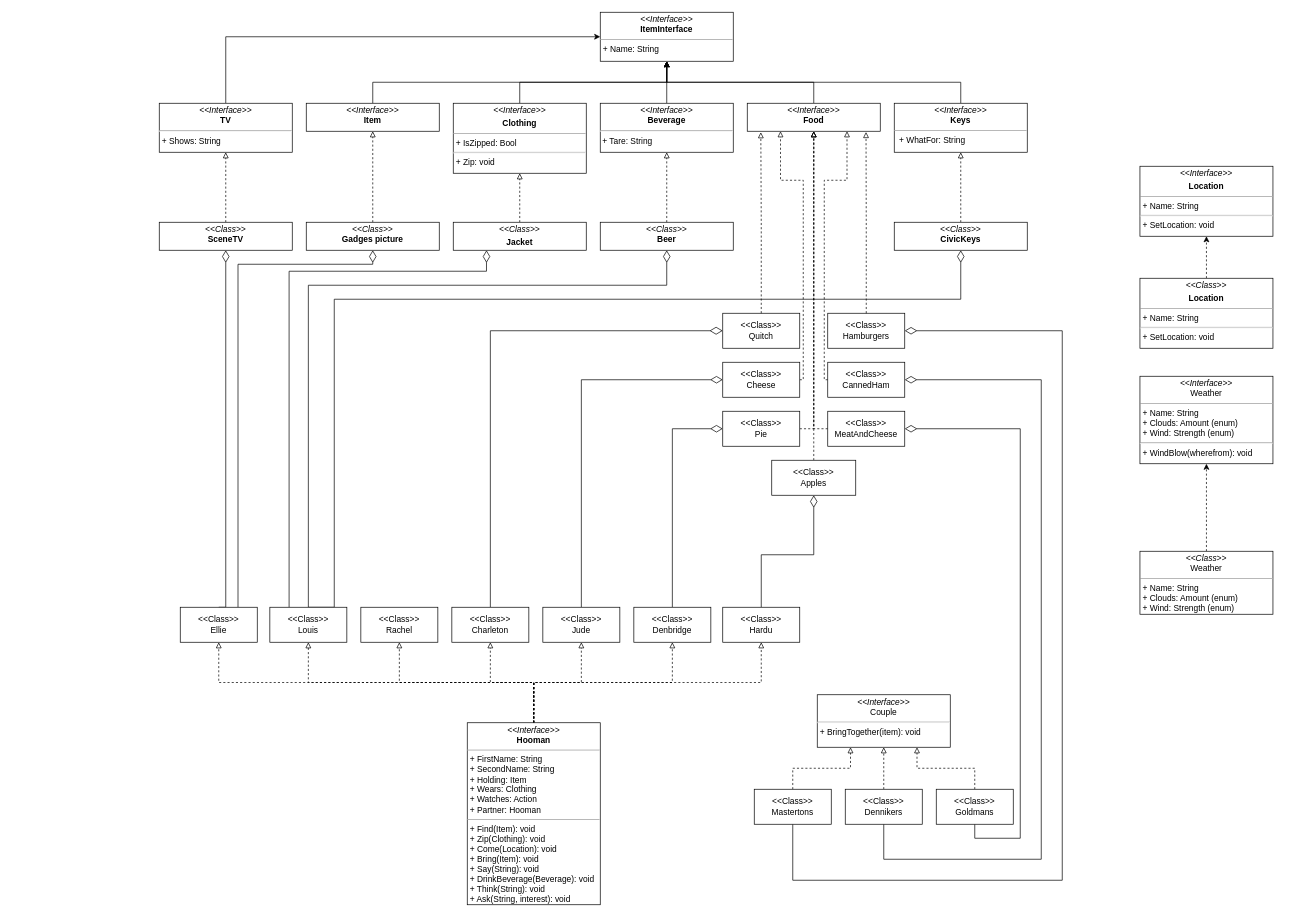
Above: Untitled Diagram.drawio in Sat1l/laba4 (draw.io), before the change. Source tidied: cells renumbered, new cells numbered last; positions are measured from the earlier drawing's top-left corner, leaving out a move shared by most shapes. Both pictures are drawn from the tidied source at 70%, with x=0, y=0 at pixel (159, 12).
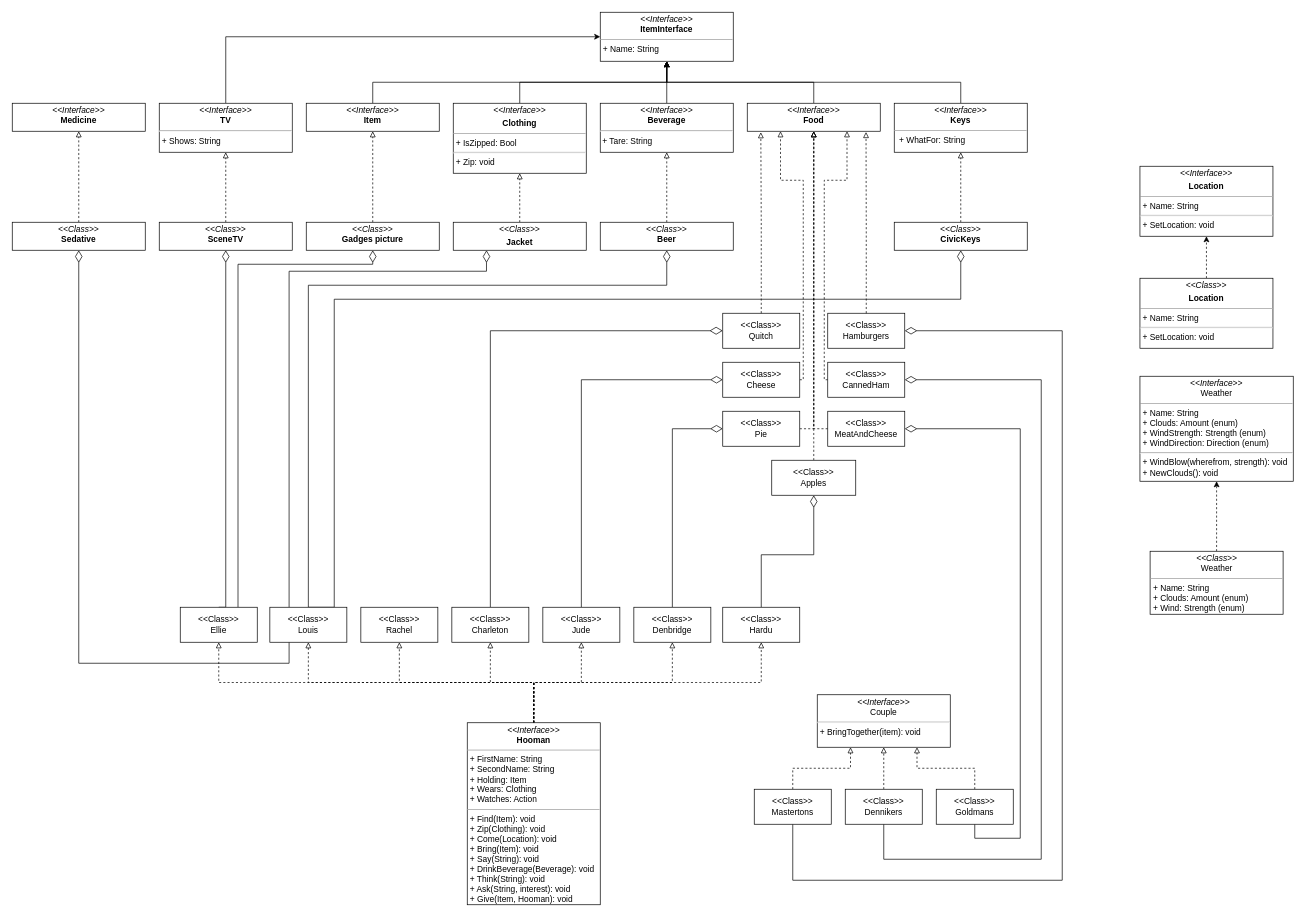
After the change.

The change refers to these unchanged cells:
```xml
<mxCell id="38" value="&amp;lt;&amp;lt;Class&amp;gt;&amp;gt;&lt;br&gt;Louis" style="html=1;whiteSpace=wrap;" parent="1" vertex="1">
  <mxGeometry x="158" y="850" width="110" height="50" as="geometry" />
</mxCell>
```

Diff of the diagram source:
```diff
@@
-    <mxCell id="9" value="&lt;p style=&quot;margin:0px;margin-top:4px;text-align:center;&quot;&gt;&lt;i&gt;&amp;lt;&amp;lt;Interface&amp;gt;&amp;gt;&lt;/i&gt;&lt;br&gt;&lt;b&gt;Hooman&lt;/b&gt;&lt;/p&gt;&lt;hr size=&quot;1&quot;&gt;&lt;p style=&quot;margin:0px;margin-left:4px;&quot;&gt;+ FirstName: String&lt;/p&gt;&lt;p style=&quot;margin:0px;margin-left:4px;&quot;&gt;+ SecondName: String&lt;/p&gt;&lt;p style=&quot;margin:0px;margin-left:4px;&quot;&gt;+ Holding: Item&lt;/p&gt;&lt;p style=&quot;margin:0px;margin-left:4px;&quot;&gt;+ Wears: Clothing&lt;/p&gt;&lt;p style=&quot;margin:0px;margin-left:4px;&quot;&gt;+ Watches: Action&lt;/p&gt;&lt;p style=&quot;margin:0px;margin-left:4px;&quot;&gt;+ Partner: Hooman&lt;/p&gt;&lt;hr size=&quot;1&quot;&gt;&lt;p style=&quot;margin:0px;margin-left:4px;&quot;&gt;+ Find(Item): void&lt;br&gt;+ Zip(Clothing): void&lt;/p&gt;&lt;p style=&quot;margin:0px;margin-left:4px;&quot;&gt;+ Come(Location): void&lt;/p&gt;&lt;p style=&quot;margin:0px;margin-left:4px;&quot;&gt;+ Bring(Item): void&lt;/p&gt;&lt;p style=&quot;margin:0px;margin-left:4px;&quot;&gt;+ Say(String): void&lt;/p&gt;&lt;p style=&quot;margin:0px;margin-left:4px;&quot;&gt;+ DrinkBeverage(Beverage): void&lt;/p&gt;&lt;p style=&quot;margin:0px;margin-left:4px;&quot;&gt;+ Think(String): void&lt;/p&gt;&lt;p style=&quot;margin:0px;margin-left:4px;&quot;&gt;+ Ask(String, interest): void&lt;/p&gt;" style="verticalAlign=top;align=left;overflow=fill;fontSize=12;fontFamily=Helvetica;html=1;whiteSpace=wrap;" parent="1" vertex="1">
+    <mxCell id="9" value="&lt;p style=&quot;margin:0px;margin-top:4px;text-align:center;&quot;&gt;&lt;i&gt;&amp;lt;&amp;lt;Interface&amp;gt;&amp;gt;&lt;/i&gt;&lt;br&gt;&lt;b&gt;Hooman&lt;/b&gt;&lt;/p&gt;&lt;hr size=&quot;1&quot;&gt;&lt;p style=&quot;margin:0px;margin-left:4px;&quot;&gt;+ FirstName: String&lt;/p&gt;&lt;p style=&quot;margin:0px;margin-left:4px;&quot;&gt;+ SecondName: String&lt;/p&gt;&lt;p style=&quot;margin:0px;margin-left:4px;&quot;&gt;+ Holding: Item&lt;/p&gt;&lt;p style=&quot;margin:0px;margin-left:4px;&quot;&gt;+ Wears: Clothing&lt;/p&gt;&lt;p style=&quot;margin:0px;margin-left:4px;&quot;&gt;+ Watches: Action&lt;/p&gt;&lt;hr size=&quot;1&quot;&gt;&lt;p style=&quot;margin:0px;margin-left:4px;&quot;&gt;+ Find(Item): void&lt;br&gt;+ Zip(Clothing): void&lt;/p&gt;&lt;p style=&quot;margin:0px;margin-left:4px;&quot;&gt;+ Come(Location): void&lt;/p&gt;&lt;p style=&quot;margin:0px;margin-left:4px;&quot;&gt;+ Bring(Item): void&lt;/p&gt;&lt;p style=&quot;margin:0px;margin-left:4px;&quot;&gt;+ Say(String): void&lt;/p&gt;&lt;p style=&quot;margin:0px;margin-left:4px;&quot;&gt;+ DrinkBeverage(Beverage): void&lt;/p&gt;&lt;p style=&quot;margin:0px;margin-left:4px;&quot;&gt;+ Think(String): void&lt;/p&gt;&lt;p style=&quot;margin:0px;margin-left:4px;&quot;&gt;+ Ask(String, interest): void&lt;/p&gt;&lt;p style=&quot;margin:0px;margin-left:4px;&quot;&gt;+ Give(Item, Hooman): void&lt;/p&gt;" style="verticalAlign=top;align=left;overflow=fill;fontSize=12;fontFamily=Helvetica;html=1;whiteSpace=wrap;" parent="1" vertex="1">
       <mxGeometry x="440" y="1015" width="190" height="260" as="geometry" />
     </mxCell>
@@
-    <mxCell id="17" value="&lt;p style=&quot;margin:0px;margin-top:4px;text-align:center;&quot;&gt;&lt;i&gt;&amp;lt;&amp;lt;Interface&amp;gt;&amp;gt;&lt;/i&gt;&lt;br&gt;Weather&lt;/p&gt;&lt;hr size=&quot;1&quot;&gt;&lt;p style=&quot;margin:0px;margin-left:4px;&quot;&gt;+ Name: String&lt;br&gt;&lt;/p&gt;&lt;p style=&quot;margin:0px;margin-left:4px;&quot;&gt;+ Clouds: Amount (enum)&lt;/p&gt;&lt;p style=&quot;margin:0px;margin-left:4px;&quot;&gt;+ Wind: Strength (enum)&lt;/p&gt;&lt;hr&gt;&lt;p style=&quot;margin:0px;margin-left:4px;&quot;&gt;+ WindBlow(wherefrom): void&lt;/p&gt;" style="verticalAlign=top;align=left;overflow=fill;fontSize=12;fontFamily=Helvetica;html=1;whiteSpace=wrap;" parent="1" vertex="1">
-      <mxGeometry x="1401" y="520" width="190" height="125" as="geometry" />
+    <mxCell id="17" value="&lt;p style=&quot;margin:0px;margin-top:4px;text-align:center;&quot;&gt;&lt;i&gt;&amp;lt;&amp;lt;Interface&amp;gt;&amp;gt;&lt;/i&gt;&lt;br&gt;Weather&lt;/p&gt;&lt;hr size=&quot;1&quot;&gt;&lt;p style=&quot;margin:0px;margin-left:4px;&quot;&gt;+ Name: String&lt;br&gt;&lt;/p&gt;&lt;p style=&quot;margin:0px;margin-left:4px;&quot;&gt;+ Clouds: Amount (enum)&lt;/p&gt;&lt;p style=&quot;margin:0px;margin-left:4px;&quot;&gt;+ WindStrength: Strength (enum)&lt;/p&gt;&lt;p style=&quot;margin:0px;margin-left:4px;&quot;&gt;+ WindDirection: Direction (enum)&lt;/p&gt;&lt;hr&gt;&lt;p style=&quot;margin:0px;margin-left:4px;&quot;&gt;+ WindBlow(wherefrom, strength): void&lt;/p&gt;&lt;p style=&quot;margin:0px;margin-left:4px;&quot;&gt;+ NewClouds(): void&lt;/p&gt;" style="verticalAlign=top;align=left;overflow=fill;fontSize=12;fontFamily=Helvetica;html=1;whiteSpace=wrap;" parent="1" vertex="1">
+      <mxGeometry x="1401" y="520" width="219" height="150" as="geometry" />
     </mxCell>
@@
     <mxCell id="32" value="&lt;p style=&quot;margin:0px;margin-top:4px;text-align:center;&quot;&gt;&lt;i&gt;&amp;lt;&amp;lt;Class&amp;gt;&amp;gt;&lt;/i&gt;&lt;br&gt;Weather&lt;/p&gt;&lt;hr size=&quot;1&quot;&gt;&lt;p style=&quot;margin:0px;margin-left:4px;&quot;&gt;+ Name: String&lt;br&gt;&lt;/p&gt;&lt;p style=&quot;margin:0px;margin-left:4px;&quot;&gt;+ Clouds: Amount (enum)&lt;/p&gt;&lt;p style=&quot;margin:0px;margin-left:4px;&quot;&gt;+ Wind: Strength (enum)&lt;/p&gt;&lt;p style=&quot;margin:0px;margin-left:4px;&quot;&gt;&lt;br&gt;&lt;/p&gt;" style="verticalAlign=top;align=left;overflow=fill;fontSize=12;fontFamily=Helvetica;html=1;whiteSpace=wrap;" parent="1" vertex="1">
-      <mxGeometry x="1401" y="770" width="190" height="90" as="geometry" />
+      <mxGeometry x="1415.5" y="770" width="190" height="90" as="geometry" />
     </mxCell>
@@
+    <mxCell id="79" style="edgeStyle=orthogonalEdgeStyle;rounded=0;jettySize=auto;html=1;exitX=0.25;exitY=1;exitDx=0;exitDy=0;entryX=0.5;entryY=1;entryDx=0;entryDy=0;endArrow=diamondThin;endFill=0;endSize=15;" parent="1" edge="1" source="38" target="82">
+      <mxGeometry relative="1" as="geometry">
+        <Array as="points">
+          <mxPoint x="186" y="930" />
+          <mxPoint x="-115" y="930" />
+        </Array>
+      </mxGeometry>
+    </mxCell>
@@
+    <mxCell id="80" value="&lt;p style=&quot;margin:0px;margin-top:4px;text-align:center;&quot;&gt;&lt;i&gt;&amp;lt;&amp;lt;Interface&amp;gt;&amp;gt;&lt;/i&gt;&lt;br&gt;&lt;b&gt;Medicine&lt;/b&gt;&lt;/p&gt;&lt;p style=&quot;margin:0px;margin-left:4px;&quot;&gt;&lt;br&gt;&lt;/p&gt;" style="verticalAlign=top;align=left;overflow=fill;fontSize=12;fontFamily=Helvetica;html=1;whiteSpace=wrap;" parent="1" vertex="1">
+      <mxGeometry x="-210" y="130" width="190" height="40" as="geometry" />
+    </mxCell>
+    <mxCell id="81" style="edgeStyle=orthogonalEdgeStyle;rounded=0;jettySize=auto;html=1;exitX=0.5;exitY=0;exitDx=0;exitDy=0;entryX=0.5;entryY=1;entryDx=0;entryDy=0;dashed=1;endArrow=block;endFill=0;" parent="1" edge="1" source="82" target="80">
+      <mxGeometry relative="1" as="geometry" />
+    </mxCell>
+    <mxCell id="82" value="&lt;p style=&quot;margin:0px;margin-top:4px;text-align:center;&quot;&gt;&lt;i&gt;&amp;lt;&amp;lt;Class&amp;gt;&amp;gt;&lt;/i&gt;&lt;br&gt;&lt;b&gt;Sedative&lt;/b&gt;&lt;/p&gt;&lt;p style=&quot;margin:0px;margin-left:4px;&quot;&gt;&lt;br&gt;&lt;/p&gt;" style="verticalAlign=top;align=left;overflow=fill;fontSize=12;fontFamily=Helvetica;html=1;whiteSpace=wrap;" parent="1" vertex="1">
+      <mxGeometry x="-210" y="300" width="190" height="40" as="geometry" />
+    </mxCell>
```
